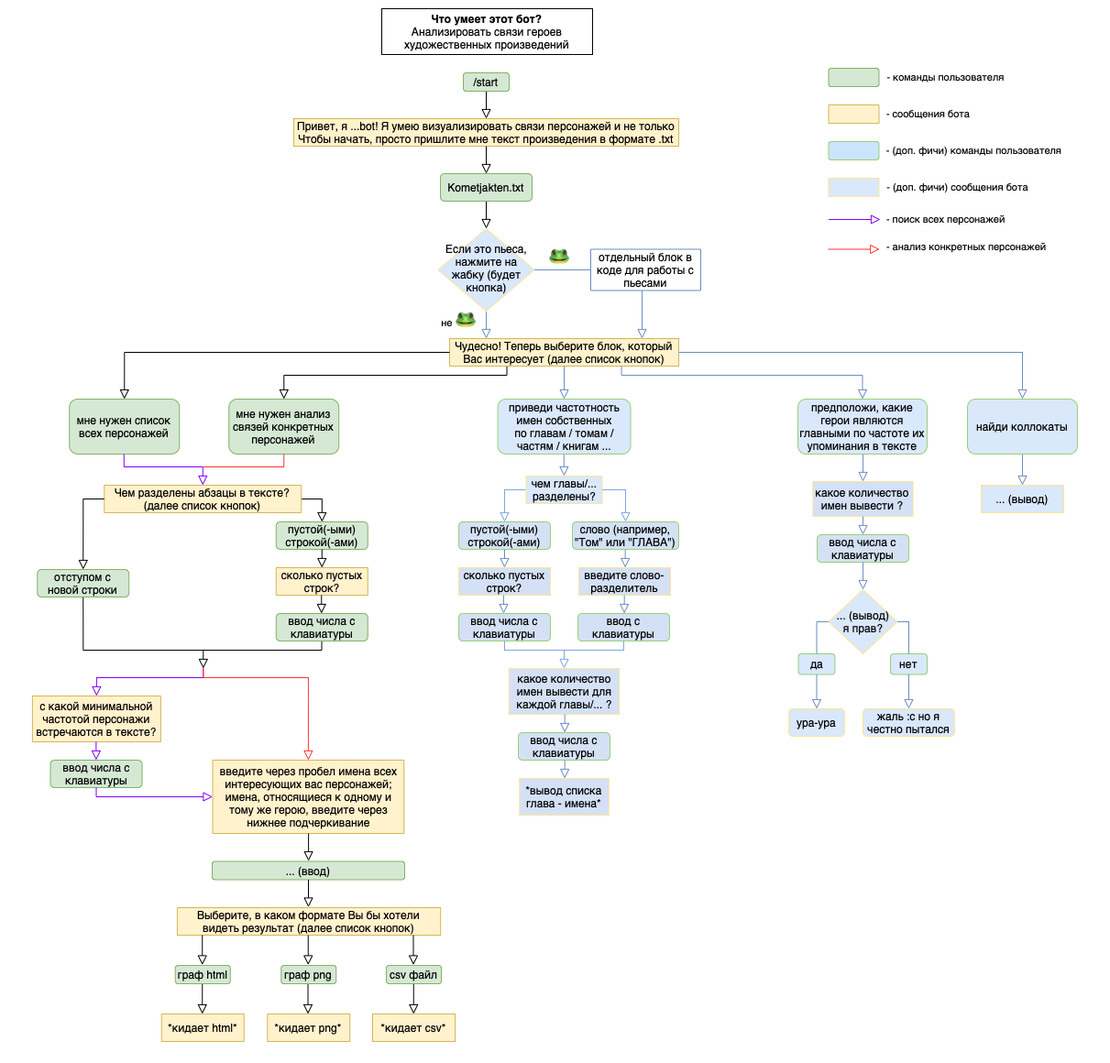
Earlier version of the draw.io export tgbotdiagram.drawio.png (Alhassliebe/Alhassliebe.github.io). Source tidied: cells renumbered, new cells last; positions are measured from the earlier drawing's top-left corner, leaving out a move shared by most shapes.
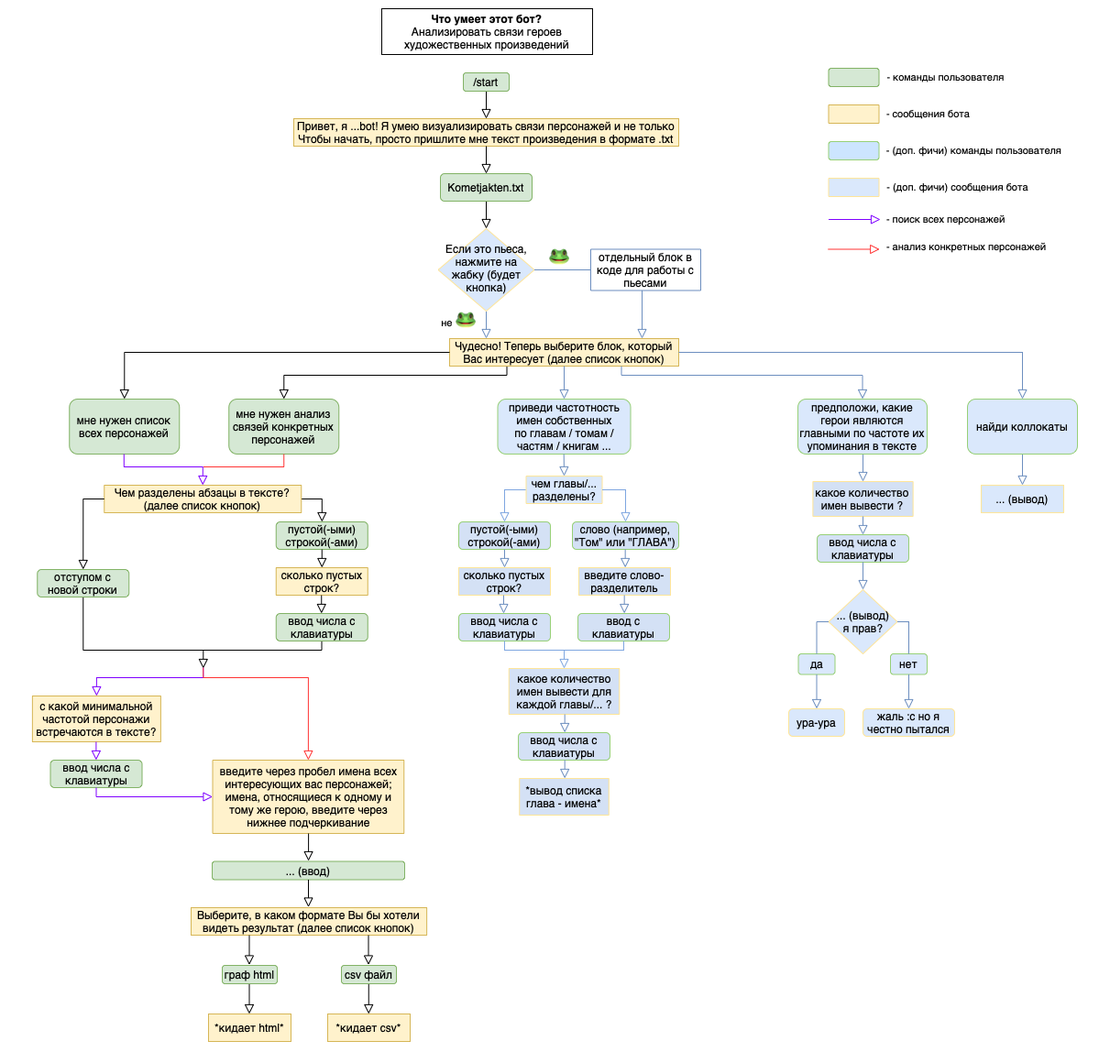
Above is the later version.

What changed in the source:
```diff
@@ -119,20 +119,14 @@
       <mxGeometry x="231" y="939.5" width="210" height="20" as="geometry" />
     </mxCell>
     <mxCell id="33" value="Выберите, в каком формате Вы бы хотели видеть результат (далее список кнопок)" style="text;html=1;align=center;verticalAlign=middle;whiteSpace=wrap;rounded=0;fillColor=#fff2cc;strokeColor=#d6b656;" parent="3" vertex="1">
-      <mxGeometry x="192.9" y="990" width="287.3" height="30" as="geometry" />
+      <mxGeometry x="208" y="990" width="257.1" height="30" as="geometry" />
     </mxCell>
     <mxCell id="34" value="граф html" style="rounded=1;whiteSpace=wrap;html=1;fillColor=#d5e8d4;strokeColor=#82b366;" parent="3" vertex="1">
-      <mxGeometry x="190.8" y="1053" width="60" height="20" as="geometry" />
+      <mxGeometry x="242" y="1053" width="60" height="20" as="geometry" />
     </mxCell>
-    <mxCell id="35" value="граф png" style="rounded=1;whiteSpace=wrap;html=1;fillColor=#d5e8d4;strokeColor=#82b366;" parent="3" vertex="1">
-      <mxGeometry x="306.2" y="1053" width="60" height="20" as="geometry" />
-    </mxCell>
     <mxCell id="36" value="*кидает html*" style="text;html=1;align=center;verticalAlign=middle;whiteSpace=wrap;rounded=0;fillColor=#fff2cc;strokeColor=#d6b656;" parent="3" vertex="1">
-      <mxGeometry x="175.8" y="1106" width="90" height="30" as="geometry" />
+      <mxGeometry x="227" y="1106" width="90" height="30" as="geometry" />
     </mxCell>
-    <mxCell id="37" value="*кидает png*" style="text;html=1;align=center;verticalAlign=middle;whiteSpace=wrap;rounded=0;fillColor=#fff2cc;strokeColor=#d6b656;" parent="3" vertex="1">
-      <mxGeometry x="291.2" y="1106" width="90" height="30" as="geometry" />
-    </mxCell>
     <mxCell id="38" value="да" style="rounded=1;whiteSpace=wrap;html=1;strokeColor=#97D077;fillColor=#dae8fc;" parent="3" vertex="1">
       <mxGeometry x="870.5" y="713" width="40" height="22.5" as="geometry" />
     </mxCell>
@@ -299,40 +293,28 @@
         </Array>
       </mxGeometry>
     </mxCell>
-    <mxCell id="73" style="rounded=0;html=1;jettySize=auto;orthogonalLoop=1;fontSize=11;endArrow=block;endFill=0;endSize=8;strokeWidth=1;shadow=0;labelBackgroundColor=none;edgeStyle=orthogonalEdgeStyle;entryX=0.5;entryY=0;entryDx=0;entryDy=0;" parent="3" edge="1">
-      <mxGeometry relative="1" as="geometry">
-        <mxPoint x="335.8" y="1020" as="sourcePoint" />
-        <mxPoint x="335.8" y="1052.5" as="targetPoint" />
-      </mxGeometry>
-    </mxCell>
     <mxCell id="74" style="rounded=0;html=1;jettySize=auto;orthogonalLoop=1;fontSize=11;endArrow=block;endFill=0;endSize=8;strokeWidth=1;shadow=0;labelBackgroundColor=none;edgeStyle=orthogonalEdgeStyle;entryX=0.5;entryY=0;entryDx=0;entryDy=0;" parent="3" edge="1">
       <mxGeometry relative="1" as="geometry">
-        <mxPoint x="220.2" y="1020" as="sourcePoint" />
-        <mxPoint x="220.2" y="1052.5" as="targetPoint" />
+        <mxPoint x="271.5" y="1020" as="sourcePoint" />
+        <mxPoint x="271.5" y="1052.5" as="targetPoint" />
       </mxGeometry>
     </mxCell>
     <mxCell id="75" style="rounded=0;html=1;jettySize=auto;orthogonalLoop=1;fontSize=11;endArrow=block;endFill=0;endSize=8;strokeWidth=1;shadow=0;labelBackgroundColor=none;edgeStyle=orthogonalEdgeStyle;entryX=0.5;entryY=0;entryDx=0;entryDy=0;" parent="3" edge="1">
       <mxGeometry relative="1" as="geometry">
-        <mxPoint x="220.2" y="1073.5" as="sourcePoint" />
-        <mxPoint x="220.2" y="1106" as="targetPoint" />
+        <mxPoint x="271.5" y="1073.5" as="sourcePoint" />
+        <mxPoint x="271.5" y="1106" as="targetPoint" />
       </mxGeometry>
     </mxCell>
-    <mxCell id="76" style="rounded=0;html=1;jettySize=auto;orthogonalLoop=1;fontSize=11;endArrow=block;endFill=0;endSize=8;strokeWidth=1;shadow=0;labelBackgroundColor=none;edgeStyle=orthogonalEdgeStyle;entryX=0.5;entryY=0;entryDx=0;entryDy=0;" parent="3" edge="1">
-      <mxGeometry relative="1" as="geometry">
-        <mxPoint x="335.5" y="1073.5" as="sourcePoint" />
-        <mxPoint x="335.5" y="1106" as="targetPoint" />
-      </mxGeometry>
-    </mxCell>
     <mxCell id="77" value="csv файл" style="rounded=1;whiteSpace=wrap;html=1;fillColor=#d5e8d4;strokeColor=#82b366;" parent="3" vertex="1">
-      <mxGeometry x="421" y="1053" width="60" height="20" as="geometry" />
+      <mxGeometry x="372" y="1053" width="60" height="20" as="geometry" />
     </mxCell>
     <mxCell id="78" value="*кидает csv*" style="text;html=1;align=center;verticalAlign=middle;whiteSpace=wrap;rounded=0;fillColor=#fff2cc;strokeColor=#d6b656;" parent="3" vertex="1">
-      <mxGeometry x="406" y="1106" width="90" height="30" as="geometry" />
+      <mxGeometry x="357" y="1106" width="90" height="30" as="geometry" />
     </mxCell>
     <mxCell id="79" style="rounded=0;html=1;jettySize=auto;orthogonalLoop=1;fontSize=11;endArrow=block;endFill=0;endSize=8;strokeWidth=1;shadow=0;labelBackgroundColor=none;edgeStyle=orthogonalEdgeStyle;entryX=0.5;entryY=0;entryDx=0;entryDy=0;" parent="3" edge="1">
       <mxGeometry relative="1" as="geometry">
-        <mxPoint x="450.5" y="1020" as="sourcePoint" />
-        <mxPoint x="450.5" y="1052.5" as="targetPoint" />
+        <mxPoint x="401.5" y="1020" as="sourcePoint" />
+        <mxPoint x="401.5" y="1052.5" as="targetPoint" />
       </mxGeometry>
     </mxCell>
     <mxCell id="80" style="rounded=0;html=1;jettySize=auto;orthogonalLoop=1;fontSize=11;endArrow=block;endFill=0;endSize=8;strokeWidth=1;shadow=0;labelBackgroundColor=none;edgeStyle=orthogonalEdgeStyle;" parent="3" edge="1">
@@ -365,8 +347,8 @@
     </mxCell>
     <mxCell id="86" style="rounded=0;html=1;jettySize=auto;orthogonalLoop=1;fontSize=11;endArrow=block;endFill=0;endSize=8;strokeWidth=1;shadow=0;labelBackgroundColor=none;edgeStyle=orthogonalEdgeStyle;entryX=0.5;entryY=0;entryDx=0;entryDy=0;" parent="3" edge="1">
       <mxGeometry relative="1" as="geometry">
-        <mxPoint x="450.8" y="1073.5" as="sourcePoint" />
-        <mxPoint x="450.8" y="1106" as="targetPoint" />
+        <mxPoint x="401.8" y="1073.5" as="sourcePoint" />
+        <mxPoint x="401.8" y="1106" as="targetPoint" />
       </mxGeometry>
     </mxCell>
     <mxCell id="87" style="edgeStyle=orthogonalEdgeStyle;shape=connector;rounded=0;jettySize=auto;html=1;shadow=0;labelBackgroundColor=none;fontFamily=Helvetica;fontSize=11;fontColor=default;endArrow=block;endFill=0;endSize=8;strokeColor=#7EA6E0;strokeWidth=1;fillColor=#dae8fc;exitX=0;exitY=0.5;exitDx=0;exitDy=0;entryX=0.5;entryY=0;entryDx=0;entryDy=0;" parent="3" edge="1" source="88" target="81">
```
